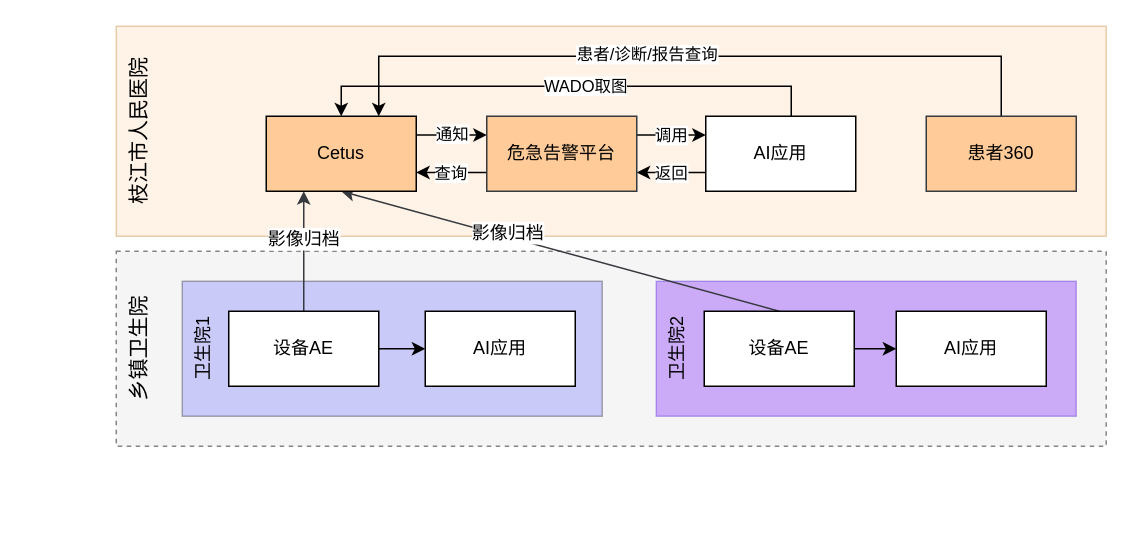
Before: uih/千县-枝江危急告警平台-数据流图-v5-云部署.drawio in xzs603/draw.io, a draw.io diagram. Source tidied: cells renumbered, new cells numbered last; positions are measured from the earlier drawing's top-left corner, leaving out a move shared by most shapes. Both pictures are drawn from the tidied source at 150%, with x=0, y=0 at pixel (116, 26).
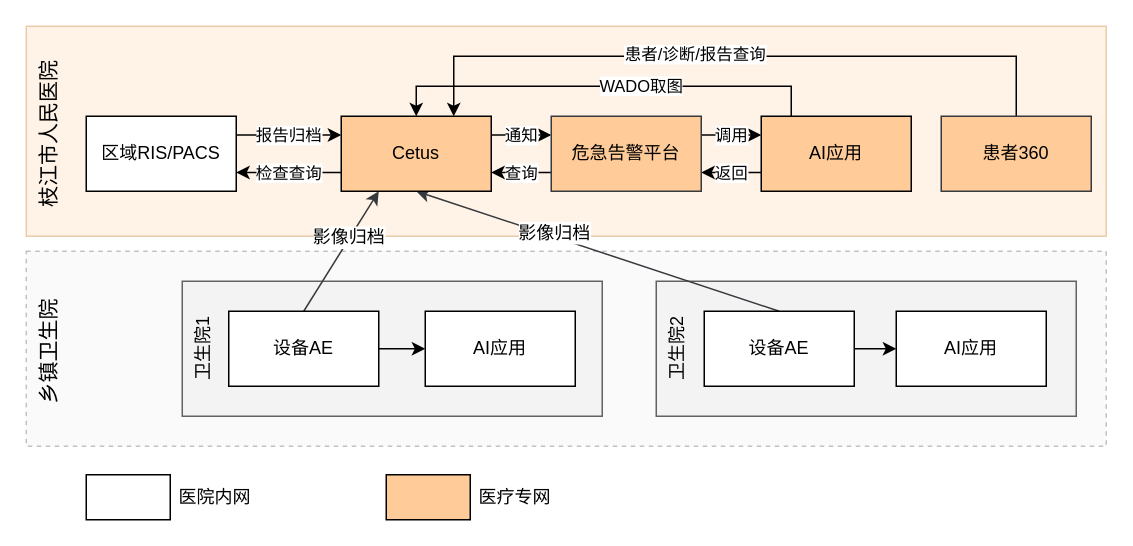
The same diagram, later.

Diff of the diagram source:
```diff
@@
-    <mxCell id="2" style="rounded=0;whiteSpace=wrap;html=1;opacity=60;fillColor=#eeeeee;strokeColor=#36393d;dashed=1;" parent="1" vertex="1">
-      <mxGeometry y="150" width="660" height="130" as="geometry" />
+    <mxCell id="2" style="rounded=0;whiteSpace=wrap;html=1;opacity=30;fillColor=#eeeeee;strokeColor=#36393d;dashed=1;" parent="1" vertex="1">
+      <mxGeometry x="-60" y="150" width="720" height="130" as="geometry" />
     </mxCell>
-    <mxCell id="3" style="rounded=0;whiteSpace=wrap;html=1;fillColor=#6666FF;fontSize=14;opacity=30;gradientColor=none;shadow=0;glass=0;" parent="1" vertex="1">
+    <mxCell id="3" style="rounded=0;whiteSpace=wrap;html=1;fillColor=#EEEEEE;fontSize=14;opacity=60;gradientColor=none;shadow=0;glass=0;" parent="1" vertex="1">
       <mxGeometry x="44" y="170" width="280" height="90" as="geometry" />
     </mxCell>
-    <mxCell id="4" style="rounded=0;whiteSpace=wrap;html=1;fillColor=#6a00ff;fontSize=14;opacity=30;strokeColor=#3700CC;fontColor=#ffffff;" parent="1" vertex="1">
+    <mxCell id="4" style="rounded=0;whiteSpace=wrap;html=1;fillColor=#EEEEEE;fontSize=14;opacity=60;strokeColor=#000000;fontColor=#ffffff;" parent="1" vertex="1">
       <mxGeometry x="360" y="170" width="280" height="90" as="geometry" />
     </mxCell>
     <mxCell id="5" style="rounded=0;whiteSpace=wrap;html=1;opacity=30;fillColor=#fad7ac;strokeColor=#b46504;" parent="1" vertex="1">
-      <mxGeometry width="660" height="140" as="geometry" />
+      <mxGeometry x="-60" width="720" height="140" as="geometry" />
     </mxCell>
@@
+    <mxCell id="32" value="检查查询" style="edgeStyle=orthogonalEdgeStyle;rounded=0;jettySize=auto;html=1;exitX=0;exitY=0.75;exitDx=0;exitDy=0;entryX=1;entryY=0.75;entryDx=0;entryDy=0;" parent="1" edge="1" source="14" target="34">
+      <mxGeometry relative="1" as="geometry" />
+    </mxCell>
-    <mxCell id="14" value="Cetus" style="rounded=0;whiteSpace=wrap;html=1;strokeColor=#000000;fillColor=#FFCC99;flipH=0;flipV=1;" parent="1" vertex="1">
-      <mxGeometry x="100" y="60" width="100" height="50" as="geometry" />
+    <mxCell id="14" value="Cetus" style="rounded=0;whiteSpace=wrap;html=1;strokeColor=#000000;fillColor=#FFCC99;flipH=1;flipV=0;" parent="1" vertex="1">
+      <mxGeometry x="150" y="60" width="100" height="50" as="geometry" />
     </mxCell>
@@
     <mxCell id="17" value="WADO取图" style="edgeStyle=orthogonalEdgeStyle;rounded=0;jettySize=auto;html=1;exitX=0.5;exitY=0;exitDx=0;exitDy=0;entryX=0.5;entryY=0;entryDx=0;entryDy=0;" parent="1" edge="1" source="19" target="14">
       <mxGeometry relative="1" as="geometry">
         <Array as="points">
+          <mxPoint x="480" y="70" />
           <mxPoint x="450" y="70" />
           <mxPoint x="450" y="40" />
-          <mxPoint x="150" y="40" />
+          <mxPoint x="200" y="40" />
         </Array>
       </mxGeometry>
     </mxCell>
@@
-    <mxCell id="19" value="AI应用" style="rounded=0;whiteSpace=wrap;html=1;strokeColor=#000000;fillColor=#FFFFFF;flipH=0;flipV=1;" parent="1" vertex="1">
-      <mxGeometry x="393" y="60" width="100" height="50" as="geometry" />
+    <mxCell id="19" value="AI应用" style="rounded=0;whiteSpace=wrap;html=1;strokeColor=#000000;fillColor=#FFCC99;flipH=1;flipV=0;" parent="1" vertex="1">
+      <mxGeometry x="430" y="60" width="100" height="50" as="geometry" />
     </mxCell>
     <mxCell id="20" value="乡镇卫生院" style="text;html=1;strokeColor=none;fillColor=none;align=center;verticalAlign=top;whiteSpace=wrap;rounded=0;opacity=60;horizontal=0;fontSize=14;" parent="1" vertex="1">
-      <mxGeometry y="175" width="30" height="80" as="geometry" />
+      <mxGeometry x="-60" y="177" width="30" height="80" as="geometry" />
     </mxCell>
     <mxCell id="21" value="枝江市人民医院" style="text;html=1;strokeColor=none;fillColor=none;align=center;verticalAlign=middle;whiteSpace=wrap;rounded=0;opacity=60;horizontal=0;fontSize=14;rotation=0;" parent="1" vertex="1">
-      <mxGeometry y="20" width="30" height="100" as="geometry" />
+      <mxGeometry x="-60" y="22" width="30" height="100" as="geometry" />
     </mxCell>
@@
-    <mxCell id="28" value="危急告警平台" style="rounded=0;whiteSpace=wrap;html=1;strokeColor=#36393d;fillColor=#ffcc99;flipH=0;flipV=1;" parent="1" vertex="1">
-      <mxGeometry x="247" y="60" width="100" height="50" as="geometry" />
+    <mxCell id="28" value="危急告警平台" style="rounded=0;whiteSpace=wrap;html=1;strokeColor=#36393d;fillColor=#ffcc99;flipH=1;flipV=0;" parent="1" vertex="1">
+      <mxGeometry x="290" y="60" width="100" height="50" as="geometry" />
     </mxCell>
     <mxCell id="29" style="edgeStyle=orthogonalEdgeStyle;rounded=0;jettySize=auto;html=1;exitX=0.5;exitY=0;exitDx=0;exitDy=0;entryX=0.75;entryY=0;entryDx=0;entryDy=0;" parent="1" edge="1" source="31" target="14">
       <mxGeometry relative="1" as="geometry">
         <Array as="points">
           <mxPoint x="590" y="20" />
-          <mxPoint x="175" y="20" />
+          <mxPoint x="195" y="20" />
         </Array>
       </mxGeometry>
     </mxCell>
@@
-    <mxCell id="31" value="患者360" style="rounded=0;whiteSpace=wrap;html=1;strokeColor=#36393d;fillColor=#ffcc99;flipH=0;flipV=1;" parent="1" vertex="1">
-      <mxGeometry x="540" y="60" width="100" height="50" as="geometry" />
+    <mxCell id="31" value="患者360" style="rounded=0;whiteSpace=wrap;html=1;strokeColor=#36393d;fillColor=#ffcc99;flipH=1;flipV=0;" parent="1" vertex="1">
+      <mxGeometry x="550" y="60" width="100" height="50" as="geometry" />
     </mxCell>
+    <mxCell id="33" value="报告归档" style="edgeStyle=orthogonalEdgeStyle;rounded=0;jettySize=auto;html=1;exitX=1;exitY=0.25;exitDx=0;exitDy=0;entryX=0;entryY=0.25;entryDx=0;entryDy=0;" parent="1" edge="1" source="34" target="14">
+      <mxGeometry relative="1" as="geometry" />
+    </mxCell>
+    <mxCell id="34" value="区域RIS/PACS" style="rounded=0;whiteSpace=wrap;html=1;strokeColor=#000000;fillColor=#FFFFFF;flipH=1;flipV=0;" parent="1" vertex="1">
+      <mxGeometry x="-20" y="60" width="100" height="50" as="geometry" />
+    </mxCell>
+    <mxCell id="35" style="rounded=0;whiteSpace=wrap;html=1;strokeColor=#000000;fillColor=default;" parent="1" vertex="1">
+      <mxGeometry x="-20" y="299" width="56" height="30" as="geometry" />
+    </mxCell>
+    <mxCell id="36" style="rounded=0;whiteSpace=wrap;html=1;strokeColor=#000000;fillColor=#FFCC99;" parent="1" vertex="1">
+      <mxGeometry x="180" y="299" width="56" height="30" as="geometry" />
+    </mxCell>
+    <mxCell id="37" value="医院内网" style="text;html=1;strokeColor=none;fillColor=none;align=center;verticalAlign=middle;whiteSpace=wrap;rounded=0;" parent="1" vertex="1">
+      <mxGeometry x="36" y="299" width="60" height="30" as="geometry" />
+    </mxCell>
+    <mxCell id="38" value="医疗专网" style="text;html=1;strokeColor=none;fillColor=none;align=center;verticalAlign=middle;whiteSpace=wrap;rounded=0;" parent="1" vertex="1">
+      <mxGeometry x="236" y="299" width="60" height="30" as="geometry" />
+    </mxCell>
```
